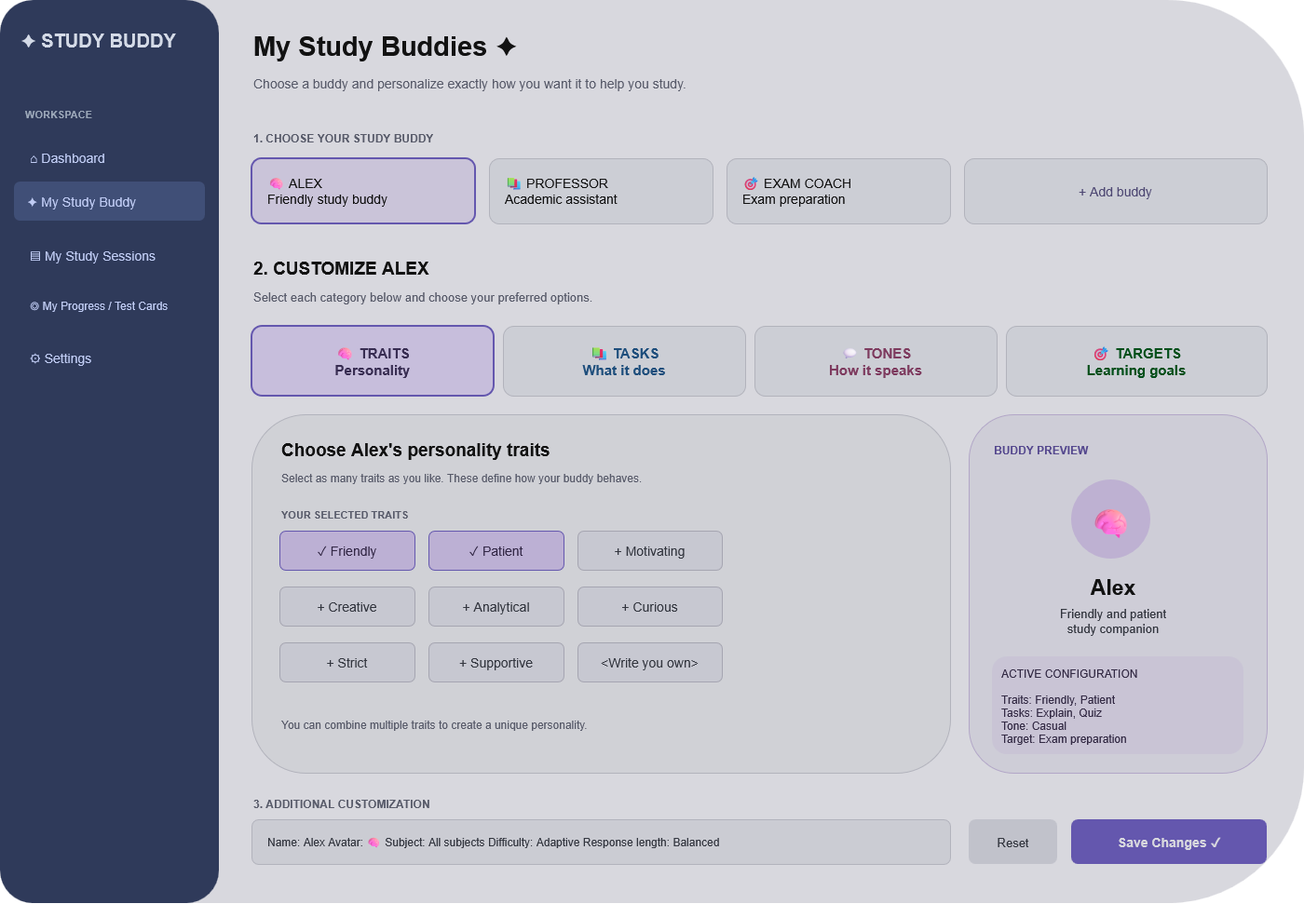
The draw.io diagram exam_project/Designs/Images/StudyBuddies.png in jarrald/LLM-group-a, before a commit. Source tidied: cells renumbered, new cells last; positions are measured from the earlier drawing's top-left corner, leaving out a move shared by most shapes. Its diagram source:
```xml
<mxGraphModel>
  <root>
    <mxCell id="0" />
    <mxCell id="1" parent="0" />
    <mxCell id="2" style="rounded=1;fillColor=#17181E;strokeColor=none;" parent="1" vertex="1">
      <mxGeometry width="1400" height="970" as="geometry" />
    </mxCell>
    <mxCell id="3" style="rounded=1;fillColor=#C4D0F5;strokeColor=none;" parent="1" vertex="1">
      <mxGeometry width="235" height="970" as="geometry" />
    </mxCell>
    <mxCell id="4" value="✦ STUDY BUDDY" style="text;fontSize=20;fontStyle=1;fontColor=#111827;" parent="1" vertex="1">
      <mxGeometry x="20" y="25" width="190" height="35" as="geometry" />
    </mxCell>
    <mxCell id="5" value="WORKSPACE" style="text;fontSize=11;fontStyle=1;fontColor=#475569;" parent="1" vertex="1">
      <mxGeometry x="25" y="110" width="180" height="25" as="geometry" />
    </mxCell>
    <mxCell id="6" value="⌂   Dashboard" style="text;fontSize=14;fontColor=#172554;" parent="1" vertex="1">
      <mxGeometry x="30" y="155" width="180" height="30" as="geometry" />
    </mxCell>
    <mxCell id="7" value="✦   My Study Buddy" style="rounded=1;fillColor=#A8B9E8;strokeColor=none;fontSize=14;fontColor=#172554;align=left;spacingLeft=12;" parent="1" vertex="1">
      <mxGeometry x="15" y="195" width="205" height="42" as="geometry" />
    </mxCell>
    <mxCell id="8" value="▤   My Study Sessions" style="text;fontSize=14;fontColor=#172554;" parent="1" vertex="1">
      <mxGeometry x="30" y="260" width="185" height="30" as="geometry" />
    </mxCell>
    <mxCell id="9" value="◎   My Progress / Test Cards" style="text;fontSize=12;fontColor=#172554;" parent="1" vertex="1">
      <mxGeometry x="30" y="315" width="190" height="30" as="geometry" />
    </mxCell>
    <mxCell id="10" value="⚙   Settings" style="text;fontSize=14;fontColor=#172554;" parent="1" vertex="1">
      <mxGeometry x="30" y="370" width="180" height="30" as="geometry" />
    </mxCell>
    <mxCell id="11" value="My Study Buddies ✦" style="text;fontSize=29;fontStyle=1;fontColor=#FFFFFF;" parent="1" vertex="1">
      <mxGeometry x="270" y="25" width="600" height="45" as="geometry" />
    </mxCell>
    <mxCell id="12" value="Choose a buddy and personalize exactly how you want it to help you study." style="text;fontSize=14;fontColor=#A5A9BA;" parent="1" vertex="1">
      <mxGeometry x="270" y="75" width="800" height="30" as="geometry" />
    </mxCell>
    <mxCell id="13" value="1. CHOOSE YOUR STUDY BUDDY" style="text;fontSize=12;fontStyle=1;fontColor=#A5A9BA;" parent="1" vertex="1">
      <mxGeometry x="270" y="135" width="400" height="25" as="geometry" />
    </mxCell>
    <mxCell id="14" value="🧠  ALEX&#10;      Friendly study buddy" style="rounded=1;whiteSpace=wrap;fillColor=#302941;strokeColor=#A99AFF;strokeWidth=2;fontColor=#FFFFFF;fontSize=14;align=left;spacingLeft=15;" parent="1" vertex="1">
      <mxGeometry x="270" y="170" width="240" height="70" as="geometry" />
    </mxCell>
    <mxCell id="15" value="📚  PROFESSOR&#10;      Academic assistant" style="rounded=1;whiteSpace=wrap;fillColor=#22242C;strokeColor=#41424D;fontColor=#FFFFFF;fontSize=14;align=left;spacingLeft=15;" parent="1" vertex="1">
      <mxGeometry x="525" y="170" width="240" height="70" as="geometry" />
    </mxCell>
    <mxCell id="16" value="🎯  EXAM COACH&#10;      Exam preparation" style="rounded=1;whiteSpace=wrap;fillColor=#22242C;strokeColor=#41424D;fontColor=#FFFFFF;fontSize=14;align=left;spacingLeft=15;" parent="1" vertex="1">
      <mxGeometry x="780" y="170" width="240" height="70" as="geometry" />
    </mxCell>
    <mxCell id="17" value="+ Add buddy" style="rounded=1;fillColor=#22242C;strokeColor=#41424D;fontColor=#BDB5E8;fontSize=14;" parent="1" vertex="1">
      <mxGeometry x="1035" y="170" width="325" height="70" as="geometry" />
    </mxCell>
    <mxCell id="18" value="2. CUSTOMIZE ALEX" style="text;fontSize=19;fontStyle=1;fontColor=#FFFFFF;" parent="1" vertex="1">
      <mxGeometry x="270" y="270" width="500" height="35" as="geometry" />
    </mxCell>
    <mxCell id="19" value="Select each category below and choose your preferred options." style="text;fontSize=13;fontColor=#A5A9BA;" parent="1" vertex="1">
      <mxGeometry x="270" y="305" width="700" height="25" as="geometry" />
    </mxCell>
    <mxCell id="20" value="🧠  TRAITS&#10;Personality" style="rounded=1;whiteSpace=wrap;fillColor=#382D50;strokeColor=#A99AFF;strokeWidth=2;fontColor=#E1D4FF;fontStyle=1;fontSize=15;" parent="1" vertex="1">
      <mxGeometry x="270" y="350" width="260" height="75" as="geometry" />
    </mxCell>
    <mxCell id="21" value="📚  TASKS&#10;What it does" style="rounded=1;whiteSpace=wrap;fillColor=#22242C;strokeColor=#41424D;fontColor=#91C9FF;fontStyle=1;fontSize=15;" parent="1" vertex="1">
      <mxGeometry x="540" y="350" width="260" height="75" as="geometry" />
    </mxCell>
    <mxCell id="22" value="💬  TONES&#10;How it speaks" style="rounded=1;whiteSpace=wrap;fillColor=#22242C;strokeColor=#41424D;fontColor=#F5A8D1;fontStyle=1;fontSize=15;" parent="1" vertex="1">
      <mxGeometry x="810" y="350" width="260" height="75" as="geometry" />
    </mxCell>
    <mxCell id="23" value="🎯  TARGETS&#10;Learning goals" style="rounded=1;whiteSpace=wrap;fillColor=#22242C;strokeColor=#41424D;fontColor=#8DE6A9;fontStyle=1;fontSize=15;" parent="1" vertex="1">
      <mxGeometry x="1080" y="350" width="280" height="75" as="geometry" />
    </mxCell>
    <mxCell id="24" style="rounded=1;fillColor=#202127;strokeColor=#41424D;" parent="1" vertex="1">
      <mxGeometry x="270" y="445" width="750" height="385" as="geometry" />
    </mxCell>
    <mxCell id="25" value="Choose Alex's personality traits" style="text;fontSize=19;fontStyle=1;fontColor=#FFFFFF;" parent="1" vertex="1">
      <mxGeometry x="300" y="465" width="550" height="35" as="geometry" />
    </mxCell>
    <mxCell id="26" value="Select as many traits as you like. These define how your buddy behaves." style="text;fontSize=12;fontColor=#A5A9BA;" parent="1" vertex="1">
      <mxGeometry x="300" y="500" width="650" height="25" as="geometry" />
    </mxCell>
    <mxCell id="27" value="YOUR SELECTED TRAITS" style="text;fontSize=11;fontStyle=1;fontColor=#A5A9BA;" parent="1" vertex="1">
      <mxGeometry x="300" y="540" width="300" height="20" as="geometry" />
    </mxCell>
    <mxCell id="28" value="✓ Friendly" style="rounded=1;fillColor=#4A3C65;strokeColor=#A99AFF;fontColor=#E9DCFF;fontSize=14;" parent="1" vertex="1">
      <mxGeometry x="300" y="570" width="145" height="42" as="geometry" />
    </mxCell>
    <mxCell id="29" value="✓ Patient" style="rounded=1;fillColor=#4A3C65;strokeColor=#A99AFF;fontColor=#E9DCFF;fontSize=14;" parent="1" vertex="1">
      <mxGeometry x="460" y="570" width="145" height="42" as="geometry" />
    </mxCell>
    <mxCell id="30" value="+ Motivating" style="rounded=1;fillColor=#292A34;strokeColor=#515260;fontColor=#D1D5E0;fontSize=14;" parent="1" vertex="1">
      <mxGeometry x="620" y="570" width="155" height="42" as="geometry" />
    </mxCell>
    <mxCell id="31" value="+ Creative" style="rounded=1;fillColor=#292A34;strokeColor=#515260;fontColor=#D1D5E0;fontSize=14;" parent="1" vertex="1">
      <mxGeometry x="300" y="630" width="145" height="42" as="geometry" />
    </mxCell>
    <mxCell id="32" value="+ Analytical" style="rounded=1;fillColor=#292A34;strokeColor=#515260;fontColor=#D1D5E0;fontSize=14;" parent="1" vertex="1">
      <mxGeometry x="460" y="630" width="145" height="42" as="geometry" />
    </mxCell>
    <mxCell id="33" value="+ Curious" style="rounded=1;fillColor=#292A34;strokeColor=#515260;fontColor=#D1D5E0;fontSize=14;" parent="1" vertex="1">
      <mxGeometry x="620" y="630" width="155" height="42" as="geometry" />
    </mxCell>
    <mxCell id="34" value="+ Strict" style="rounded=1;fillColor=#292A34;strokeColor=#515260;fontColor=#D1D5E0;fontSize=14;" parent="1" vertex="1">
      <mxGeometry x="300" y="690" width="145" height="42" as="geometry" />
    </mxCell>
    <mxCell id="35" value="+ Supportive" style="rounded=1;fillColor=#292A34;strokeColor=#515260;fontColor=#D1D5E0;fontSize=14;" parent="1" vertex="1">
      <mxGeometry x="460" y="690" width="145" height="42" as="geometry" />
    </mxCell>
    <mxCell id="36" value="&lt;Write you own&gt;" style="rounded=1;fillColor=#292A34;strokeColor=#515260;fontColor=#D1D5E0;fontSize=14;" parent="1" vertex="1">
      <mxGeometry x="620" y="690" width="155" height="42" as="geometry" />
    </mxCell>
    <mxCell id="37" value="You can combine multiple traits to create a unique personality." style="text;fontSize=12;fontColor=#A5A9BA;" parent="1" vertex="1">
      <mxGeometry x="300" y="765" width="650" height="25" as="geometry" />
    </mxCell>
    <mxCell id="38" style="rounded=1;fillColor=#24232F;strokeColor=#55476E;" parent="1" vertex="1">
      <mxGeometry x="1040" y="445" width="320" height="385" as="geometry" />
    </mxCell>
    <mxCell id="39" value="BUDDY PREVIEW" style="text;fontSize=12;fontStyle=1;fontColor=#BCAEFF;" parent="1" vertex="1">
      <mxGeometry x="1065" y="470" width="250" height="25" as="geometry" />
    </mxCell>
    <mxCell id="40" value="🧠" style="ellipse;fillColor=#493A61;strokeColor=none;fontSize=35;" parent="1" vertex="1">
      <mxGeometry x="1150" y="515" width="85" height="85" as="geometry" />
    </mxCell>
    <mxCell id="41" value="Alex" style="text;fontSize=23;fontStyle=1;fontColor=#FFFFFF;align=center;" parent="1" vertex="1">
      <mxGeometry x="1070" y="610" width="250" height="35" as="geometry" />
    </mxCell>
    <mxCell id="42" value="Friendly and patient&#10;study companion" style="text;fontSize=13;fontColor=#D1D5E0;align=center;" parent="1" vertex="1">
      <mxGeometry x="1070" y="645" width="250" height="45" as="geometry" />
    </mxCell>
    <mxCell id="43" value="ACTIVE CONFIGURATION&#10;&#10;Traits: Friendly, Patient&#10;Tasks: Explain, Quiz&#10;Tone: Casual&#10;Target: Exam preparation" style="rounded=1;fillColor=#302A3E;strokeColor=none;fontColor=#E3D9F7;fontSize=12;align=left;spacing=10;" parent="1" vertex="1">
      <mxGeometry x="1065" y="705" width="270" height="105" as="geometry" />
    </mxCell>
    <mxCell id="44" value="3. ADDITIONAL CUSTOMIZATION" style="text;fontSize=12;fontStyle=1;fontColor=#A5A9BA;" parent="1" vertex="1">
      <mxGeometry x="270" y="850" width="350" height="25" as="geometry" />
    </mxCell>
    <mxCell id="45" value="Name: Alex     Avatar: 🧠     Subject: All subjects     Difficulty: Adaptive     Response length: Balanced" style="rounded=1;fillColor=#24252D;strokeColor=#41424D;fontColor=#D1D5E0;fontSize=12;align=left;spacingLeft=15;" parent="1" vertex="1">
      <mxGeometry x="270" y="880" width="750" height="48" as="geometry" />
    </mxCell>
    <mxCell id="46" value="Reset" style="rounded=1;fillColor=#30313B;strokeColor=none;fontColor=#D1D5E0;fontSize=13;" parent="1" vertex="1">
      <mxGeometry x="1040" y="880" width="95" height="48" as="geometry" />
    </mxCell>
    <mxCell id="47" value="Save Changes ✓" style="rounded=1;fillColor=#A99AFF;strokeColor=none;fontColor=#17181E;fontSize=14;fontStyle=1;" parent="1" vertex="1">
      <mxGeometry x="1150" y="880" width="210" height="48" as="geometry" />
    </mxCell>
  </root>
</mxGraphModel>
```
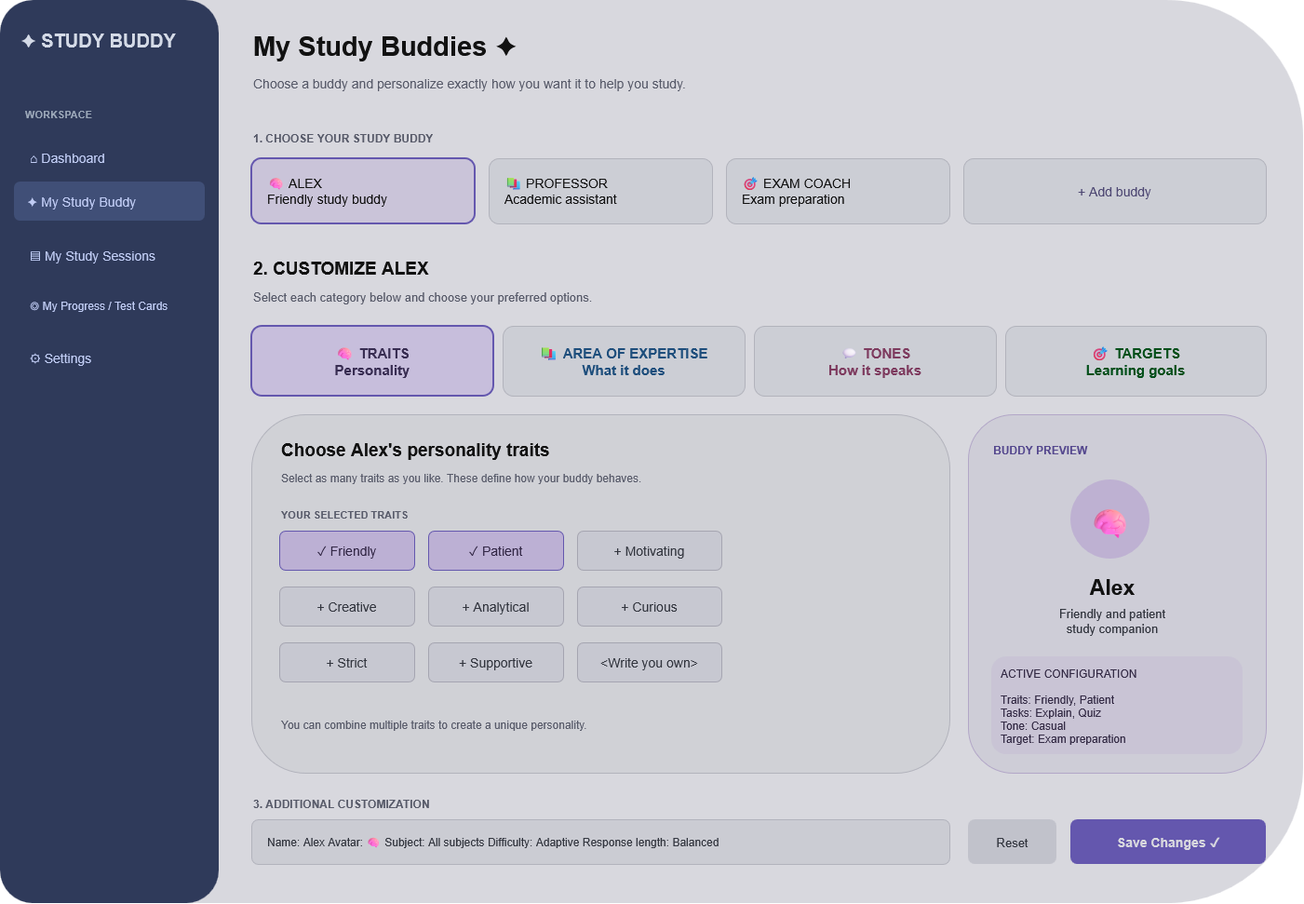
The same file after the commit.

What changed in the source:
```diff
@@ -59,7 +59,7 @@
     <mxCell id="20" value="🧠  TRAITS&#10;Personality" style="rounded=1;whiteSpace=wrap;fillColor=#382D50;strokeColor=#A99AFF;strokeWidth=2;fontColor=#E1D4FF;fontStyle=1;fontSize=15;" parent="1" vertex="1">
       <mxGeometry x="270" y="350" width="260" height="75" as="geometry" />
     </mxCell>
-    <mxCell id="21" value="📚  TASKS&#10;What it does" style="rounded=1;whiteSpace=wrap;fillColor=#22242C;strokeColor=#41424D;fontColor=#91C9FF;fontStyle=1;fontSize=15;" parent="1" vertex="1">
+    <mxCell id="21" value="📚 AREA OF EXPERTISE&#10;What it does" style="rounded=1;whiteSpace=wrap;fillColor=#22242C;strokeColor=#41424D;fontColor=#91C9FF;fontStyle=1;fontSize=15;" parent="1" vertex="1">
       <mxGeometry x="540" y="350" width="260" height="75" as="geometry" />
     </mxCell>
     <mxCell id="22" value="💬  TONES&#10;How it speaks" style="rounded=1;whiteSpace=wrap;fillColor=#22242C;strokeColor=#41424D;fontColor=#F5A8D1;fontStyle=1;fontSize=15;" parent="1" vertex="1">
```
